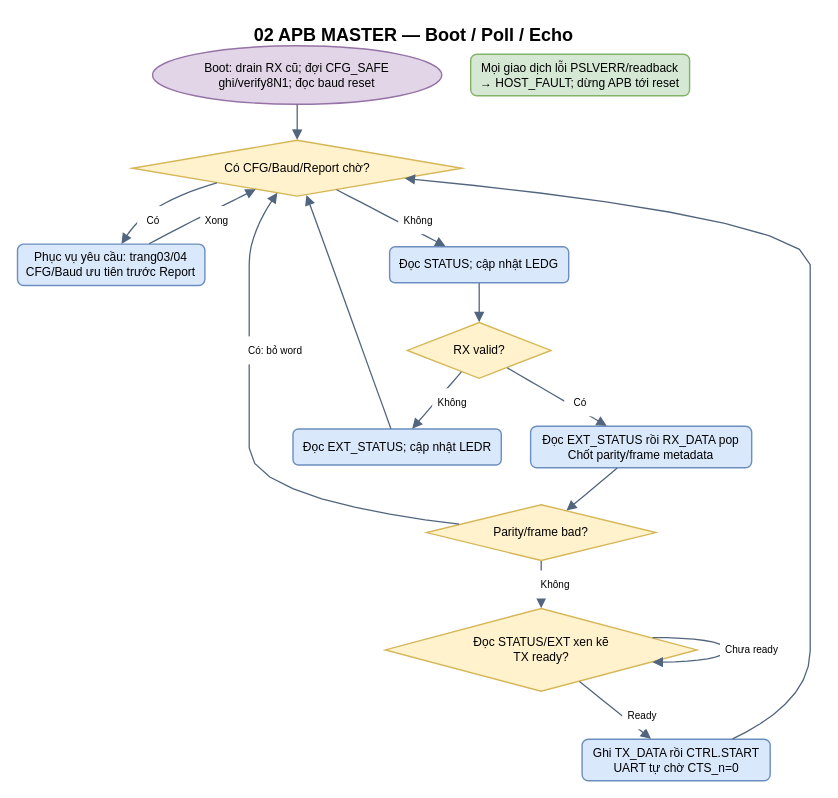
The draw.io diagram page "15 MASTER - APB_MASTER_BOOT_ECHO" (15 of 18) of Architecture_diagram/UART_APB_ARCHITECTURE.drawio in KaneThanh/APB_UART, before the edit. Source tidied: cells renumbered, new cells numbered last; positions are measured from the earlier drawing's top-left corner, leaving out a move shared by most shapes. Both pictures are drawn from the tidied source at 100%, with x=0, y=0 at pixel (17, 17).
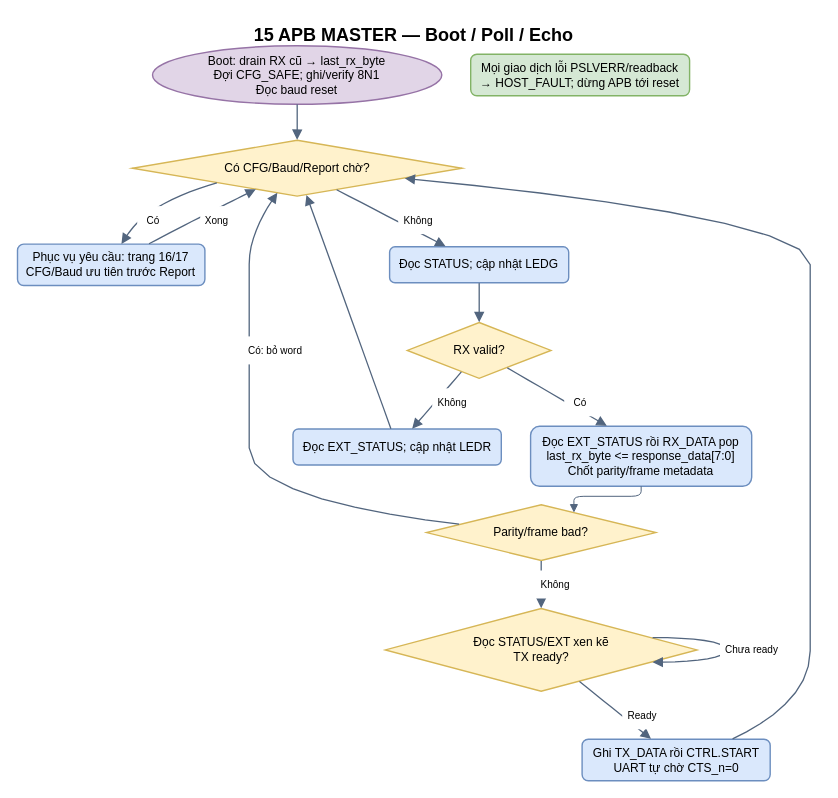
Above is the later version.

The change refers to these unchanged cells:
```xml
<mxCell id="8" value="Parity/frame bad?" style="rhombus;html=0;whiteSpace=wrap;fillColor=#FFF2CC;strokeColor=#D6B656;strokeWidth=1.4;fontFamily=Arial;fontSize=12;align=center;verticalAlign=middle;spacing=6;" parent="1" vertex="1">
  <mxGeometry x="409.1" y="487.2" width="229.2" height="55.8" as="geometry" />
</mxCell>
```

What changed in the source:
```diff
@@
-    <mxCell id="2" value="Boot: drain RX cũ; đợi CFG_SAFE&#10;ghi/verify8N1; đọc baud reset" style="ellipse;html=0;whiteSpace=wrap;fillColor=#E1D5E7;strokeColor=#9673A6;strokeWidth=1.4;fontFamily=Arial;fontSize=12;align=center;verticalAlign=middle;spacing=6;" parent="1" vertex="1">
+    <mxCell id="2" value="Boot: drain RX cũ → last_rx_byte&#10;Đợi CFG_SAFE; ghi/verify 8N1&#10;Đọc baud reset" style="ellipse;html=0;whiteSpace=wrap;fillColor=#E1D5E7;strokeColor=#9673A6;strokeWidth=1.4;fontFamily=Arial;fontSize=12;align=center;verticalAlign=middle;spacing=6;" parent="1" vertex="1">
       <mxGeometry x="135" y="28.3" width="289.3" height="58.5" as="geometry" />
     </mxCell>
@@
-    <mxCell id="4" value="Phục vụ yêu cầu: trang03/04&#10;CFG/Baud ưu tiên trước Report" style="rounded=1;html=0;whiteSpace=wrap;fillColor=#DAE8FC;strokeColor=#6C8EBF;strokeWidth=1.4;fontFamily=Arial;fontSize=12;align=center;verticalAlign=middle;spacing=6;" parent="1" vertex="1">
+    <mxCell id="4" value="Phục vụ yêu cầu: trang 16/17&#10;CFG/Baud ưu tiên trước Report" style="rounded=1;html=0;whiteSpace=wrap;fillColor=#DAE8FC;strokeColor=#6C8EBF;strokeWidth=1.4;fontFamily=Arial;fontSize=12;align=center;verticalAlign=middle;spacing=6;" parent="1" vertex="1">
       <mxGeometry y="226.6" width="187.4" height="41.4" as="geometry" />
     </mxCell>
@@
-    <mxCell id="7" value="Đọc EXT_STATUS rồi RX_DATA pop&#10;Chốt parity/frame metadata" style="rounded=1;html=0;whiteSpace=wrap;fillColor=#DAE8FC;strokeColor=#6C8EBF;strokeWidth=1.4;fontFamily=Arial;fontSize=12;align=center;verticalAlign=middle;spacing=6;" parent="1" vertex="1">
-      <mxGeometry x="513.1" y="408.8" width="221.1" height="41.4" as="geometry" />
+    <mxCell id="7" value="Đọc EXT_STATUS rồi RX_DATA pop&#10;last_rx_byte &lt;= response_data[7:0]&#10;Chốt parity/frame metadata" style="rounded=1;html=0;whiteSpace=wrap;fillColor=#DAE8FC;strokeColor=#6C8EBF;strokeWidth=1.4;fontFamily=Arial;fontSize=12;align=center;verticalAlign=middle;spacing=6;" parent="1" vertex="1">
+      <mxGeometry x="513.1" y="408.8" width="221.1" height="60" as="geometry" />
     </mxCell>
@@
-    <mxCell id="25" style="edgeStyle=none;rounded=0;html=0;strokeColor=#52657E;strokeWidth=1.3;endArrow=block;endFill=1;endSize=7;exitX=0.39167679793901017;exitY=1.0077294685990332;exitPerimeter=0;entryX=0.6097742733780811;entryY=0.10519713261648753;entryPerimeter=0;" parent="1" edge="1" source="7" target="8">
-      <mxGeometry relative="1" as="geometry">
-        <Array as="points">
-          <mxPoint x="594.7" y="454.7" />
-          <mxPoint x="589.4" y="459.2" />
-          <mxPoint x="583.9" y="463.8" />
-          <mxPoint x="578.3" y="468.4" />
-          <mxPoint x="572.6" y="473.2" />
-          <mxPoint x="567" y="477.9" />
-          <mxPoint x="561.5" y="482.5" />
-          <mxPoint x="556" y="487.1" />
-        </Array>
-      </mxGeometry>
+    <mxCell id="25" style="edgeStyle=orthogonalEdgeStyle;html=0;endArrow=block;exitX=0.5;exitY=1;entryX=0.7;entryY=0;strokeColor=#52657E;" parent="1" edge="1" source="7" target="8">
+      <mxGeometry relative="1" as="geometry" />
     </mxCell>
@@
-    <mxCell id="36" value="02 APB MASTER — Boot / Poll / Echo" style="text;html=0;strokeColor=none;fillColor=none;fontFamily=Arial;fontSize=18;fontStyle=1;align=center;" parent="1" vertex="1">
+    <mxCell id="36" value="15 APB MASTER — Boot / Poll / Echo" style="text;html=0;strokeColor=none;fillColor=none;fontFamily=Arial;fontSize=18;fontStyle=1;align=center;" parent="1" vertex="1">
       <mxGeometry width="792.7" height="28" as="geometry" />
     </mxCell>
```
